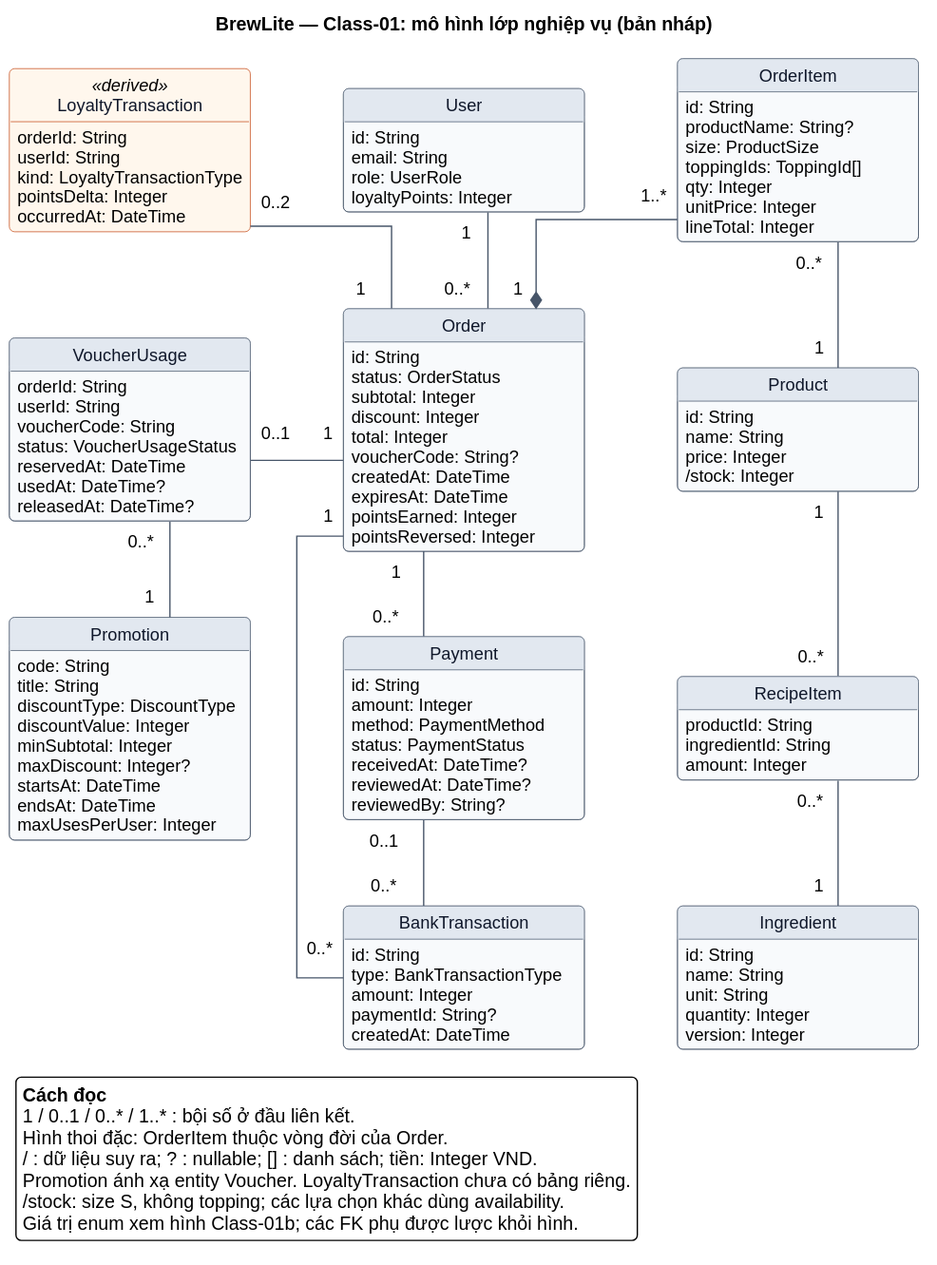
Before: docs/diagrams/class-domain.svg, a diagram exported from PlantUML (nhom6cnpm/brewlite-a2).
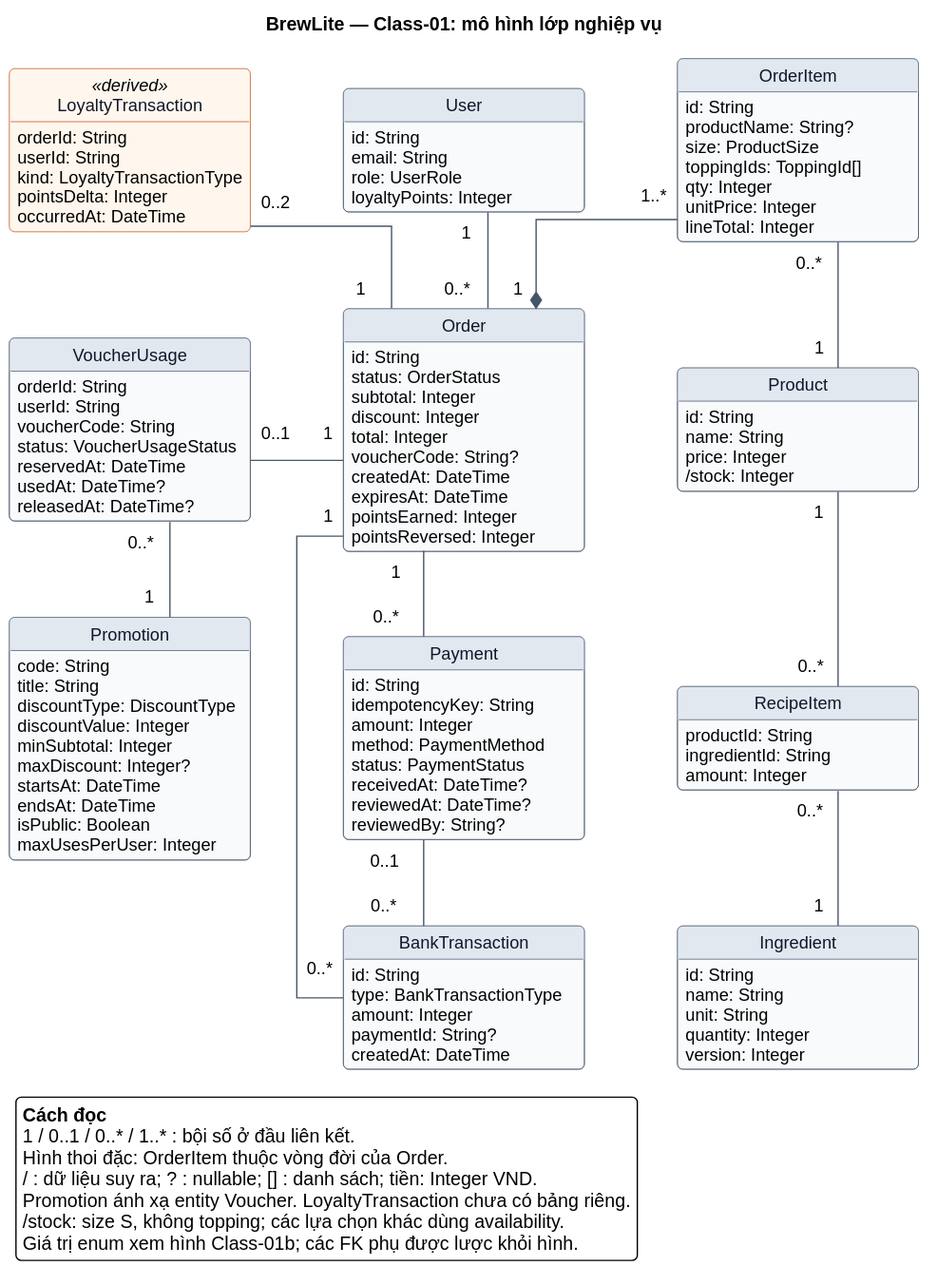
The same file after the commit.

Change to the diagram source:
```diff
@@ -25,7 +25,7 @@
   BorderColor #B45309
 }
 
-title BrewLite — Class-01: mô hình lớp nghiệp vụ (bản nháp)
+title BrewLite — Class-01: mô hình lớp nghiệp vụ
 
 class User {
   id: String
@@ -74,6 +74,7 @@
 }
 class Payment {
   id: String
+  idempotencyKey: String
   amount: Integer
   method: PaymentMethod
   status: PaymentStatus
@@ -97,6 +98,7 @@
   maxDiscount: Integer?
   startsAt: DateTime
   endsAt: DateTime
+  isPublic: Boolean
   maxUsesPerUser: Integer
 }
 class VoucherUsage {
```
